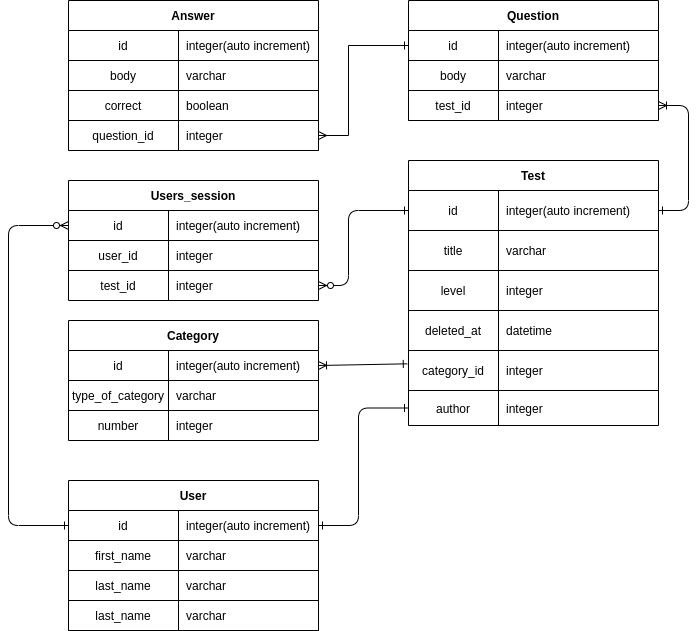
This is ER Diagram .png from Yuliya-Kirich/thinknetika_base, a draw.io export, as it was before one commit. Source tidied: cells renumbered, new cells last; positions are measured from the earlier drawing's top-left corner, leaving out a move shared by most shapes.
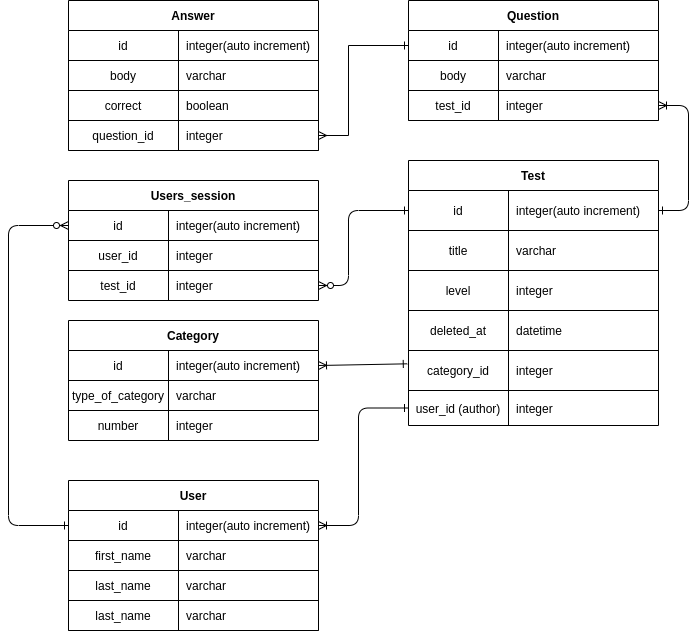
The same file after the commit.

Change to the diagram source:
```diff
@@ -42,55 +42,55 @@
       <mxGeometry y="30" width="250" height="40" as="geometry" />
     </mxCell>
     <mxCell id="15" value="id" style="shape=partialRectangle;overflow=hidden;fillColor=none;top=0;left=0;bottom=0;right=0;fontStyle=0;" parent="14" vertex="1">
-      <mxGeometry width="90" height="40" as="geometry" />
+      <mxGeometry width="100" height="40" as="geometry" />
     </mxCell>
     <mxCell id="16" value="integer(auto increment)" style="shape=partialRectangle;overflow=hidden;fillColor=none;top=0;left=0;bottom=0;right=0;align=left;spacingLeft=6;fontStyle=0;" parent="14" vertex="1">
-      <mxGeometry x="90" width="160" height="40" as="geometry" />
+      <mxGeometry x="100" width="150" height="40" as="geometry" />
     </mxCell>
     <mxCell id="17" style="shape=partialRectangle;fillColor=none;top=0;left=0;right=0;bottom=1;" parent="13" vertex="1">
       <mxGeometry y="70" width="250" height="40" as="geometry" />
     </mxCell>
     <mxCell id="18" value="title" style="shape=partialRectangle;overflow=hidden;fillColor=none;top=0;left=0;bottom=0;right=0;fontStyle=0;" parent="17" vertex="1">
-      <mxGeometry width="90" height="40" as="geometry" />
+      <mxGeometry width="100" height="40" as="geometry" />
     </mxCell>
     <mxCell id="19" value="varchar" style="shape=partialRectangle;overflow=hidden;fillColor=none;top=0;left=0;bottom=0;right=0;align=left;spacingLeft=6;fontStyle=0;" parent="17" vertex="1">
-      <mxGeometry x="90" width="160" height="40" as="geometry" />
+      <mxGeometry x="100" width="150" height="40" as="geometry" />
     </mxCell>
     <mxCell id="20" style="shape=partialRectangle;fillColor=none;top=0;left=0;right=0;bottom=1;" parent="13" vertex="1">
       <mxGeometry y="110" width="250" height="40" as="geometry" />
     </mxCell>
     <mxCell id="21" value="level" style="shape=partialRectangle;overflow=hidden;fillColor=none;top=0;left=0;bottom=0;right=0;fontStyle=0;" parent="20" vertex="1">
-      <mxGeometry width="90" height="40" as="geometry" />
+      <mxGeometry width="100" height="40" as="geometry" />
     </mxCell>
     <mxCell id="22" value="integer" style="shape=partialRectangle;overflow=hidden;fillColor=none;top=0;left=0;bottom=0;right=0;align=left;spacingLeft=6;fontStyle=0;" parent="20" vertex="1">
-      <mxGeometry x="90" width="160" height="40" as="geometry" />
+      <mxGeometry x="100" width="150" height="40" as="geometry" />
     </mxCell>
     <mxCell id="23" style="shape=partialRectangle;fillColor=none;top=0;left=0;right=0;bottom=1;" parent="13" vertex="1">
       <mxGeometry y="150" width="250" height="40" as="geometry" />
     </mxCell>
     <mxCell id="24" value="deleted_at" style="shape=partialRectangle;overflow=hidden;fillColor=none;top=0;left=0;bottom=0;right=0;fontStyle=0;" parent="23" vertex="1">
-      <mxGeometry width="90" height="40" as="geometry" />
+      <mxGeometry width="100" height="40" as="geometry" />
     </mxCell>
     <mxCell id="25" value="datetime" style="shape=partialRectangle;overflow=hidden;fillColor=none;top=0;left=0;bottom=0;right=0;align=left;spacingLeft=6;fontStyle=0;" parent="23" vertex="1">
-      <mxGeometry x="90" width="160" height="40" as="geometry" />
+      <mxGeometry x="100" width="150" height="40" as="geometry" />
     </mxCell>
     <mxCell id="26" style="shape=partialRectangle;fillColor=none;points=[[0,0.5],[1,0.5]];portConstraint=eastwest;top=0;left=0;right=0;bottom=1;" parent="13" vertex="1">
       <mxGeometry y="190" width="250" height="40" as="geometry" />
     </mxCell>
     <mxCell id="27" value="category_id" style="shape=partialRectangle;overflow=hidden;fillColor=none;top=0;left=0;bottom=0;right=0;fontStyle=0;" parent="26" vertex="1">
-      <mxGeometry width="90" height="40" as="geometry" />
+      <mxGeometry width="100" height="40" as="geometry" />
     </mxCell>
     <mxCell id="28" value="integer" style="shape=partialRectangle;overflow=hidden;fillColor=none;top=0;left=0;bottom=0;right=0;align=left;spacingLeft=6;fontStyle=0;" parent="26" vertex="1">
-      <mxGeometry x="90" width="160" height="40" as="geometry" />
+      <mxGeometry x="100" width="150" height="40" as="geometry" />
     </mxCell>
     <mxCell id="29" style="shape=partialRectangle;fillColor=none;points=[[0,0.5],[1,0.5]];portConstraint=eastwest;top=0;left=0;right=0;bottom=0;" parent="13" vertex="1">
       <mxGeometry y="230" width="250" height="35" as="geometry" />
     </mxCell>
-    <mxCell id="30" value="author" style="shape=partialRectangle;overflow=hidden;fillColor=none;top=0;left=0;bottom=0;right=0;" parent="29" vertex="1">
-      <mxGeometry width="90" height="35" as="geometry" />
+    <mxCell id="30" value="user_id (author)" style="shape=partialRectangle;overflow=hidden;fillColor=none;top=0;left=0;bottom=0;right=0;" parent="29" vertex="1">
+      <mxGeometry width="100" height="35" as="geometry" />
     </mxCell>
     <mxCell id="31" value="integer" style="shape=partialRectangle;overflow=hidden;fillColor=none;top=0;left=0;bottom=0;right=0;align=left;spacingLeft=6;" parent="29" vertex="1">
-      <mxGeometry x="90" width="160" height="35" as="geometry" />
+      <mxGeometry x="100" width="150" height="35" as="geometry" />
     </mxCell>
     <mxCell id="32" value="Answer" style="shape=table;startSize=30;rowLines=0;fontStyle=1;align=center;" parent="1" vertex="1">
       <mxGeometry x="60" width="250" height="150" as="geometry" />
@@ -257,7 +257,7 @@
         </Array>
       </mxGeometry>
     </mxCell>
-    <mxCell id="82" style="endArrow=ERone;startArrow=ERone;endFill=0;startFill=0;entryX=0;entryY=0.5;entryDx=0;entryDy=0;edgeStyle=elbowEdgeStyle;exitX=1;exitY=0.5;exitDx=0;exitDy=0;" parent="1" edge="1" source="58" target="29">
+    <mxCell id="82" style="endArrow=ERone;startArrow=ERoneToMany;endFill=0;startFill=0;entryX=0;entryY=0.5;entryDx=0;entryDy=0;edgeStyle=elbowEdgeStyle;exitX=1;exitY=0.5;exitDx=0;exitDy=0;" parent="1" edge="1" source="58" target="29">
       <mxGeometry relative="1" as="geometry">
         <Array as="points">
           <mxPoint x="350" y="480" />
```
